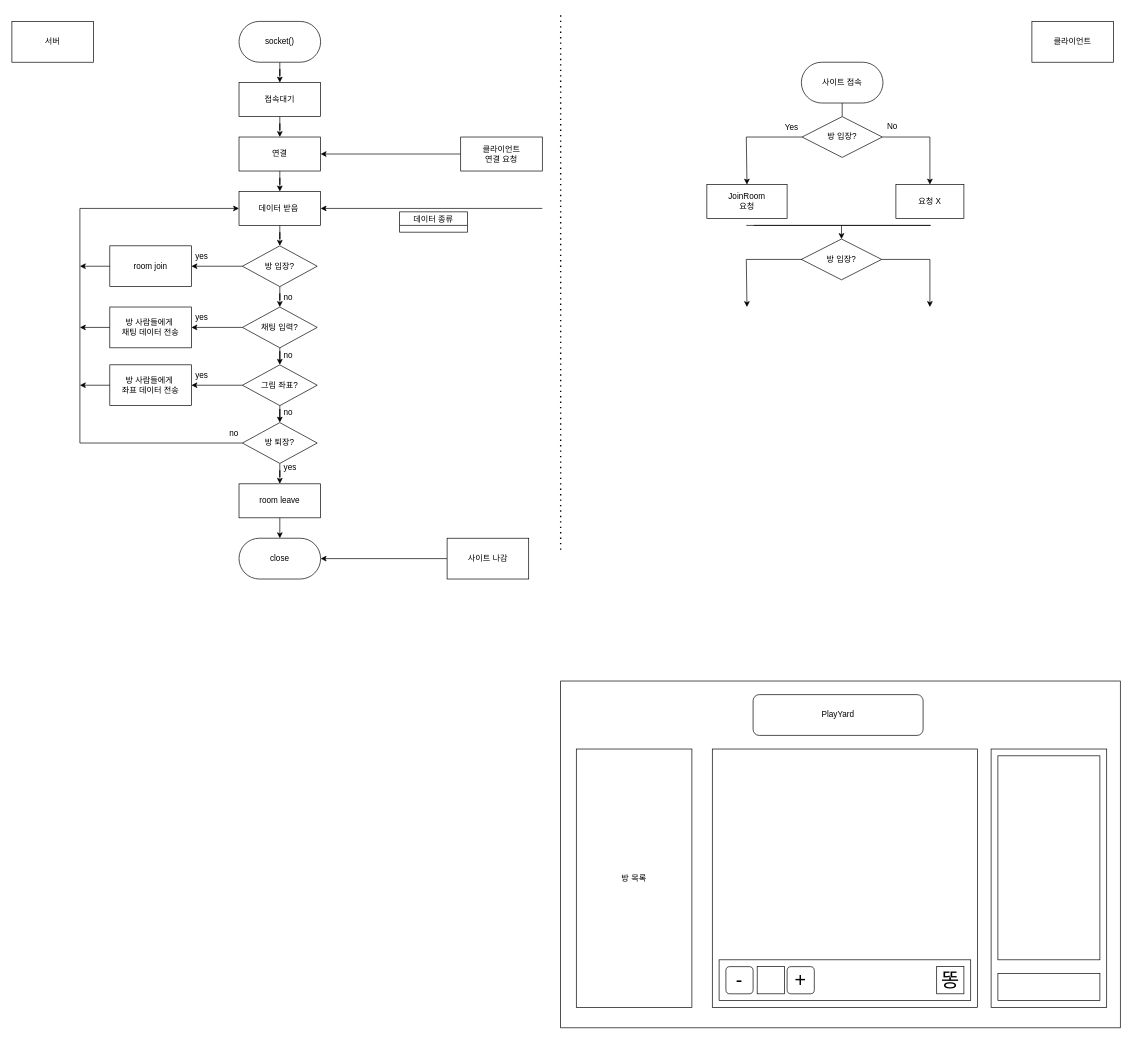
riulwoo/playyard keeps this draw.io diagram as Untitled Diagram.drawio. Above is the earlier version. Source tidied: cells renumbered, new cells numbered last; positions are measured from the earlier drawing's top-left corner, leaving out a move shared by most shapes. Both pictures are drawn from the tidied source at 68%, with x=0, y=0 at pixel (12, 12).
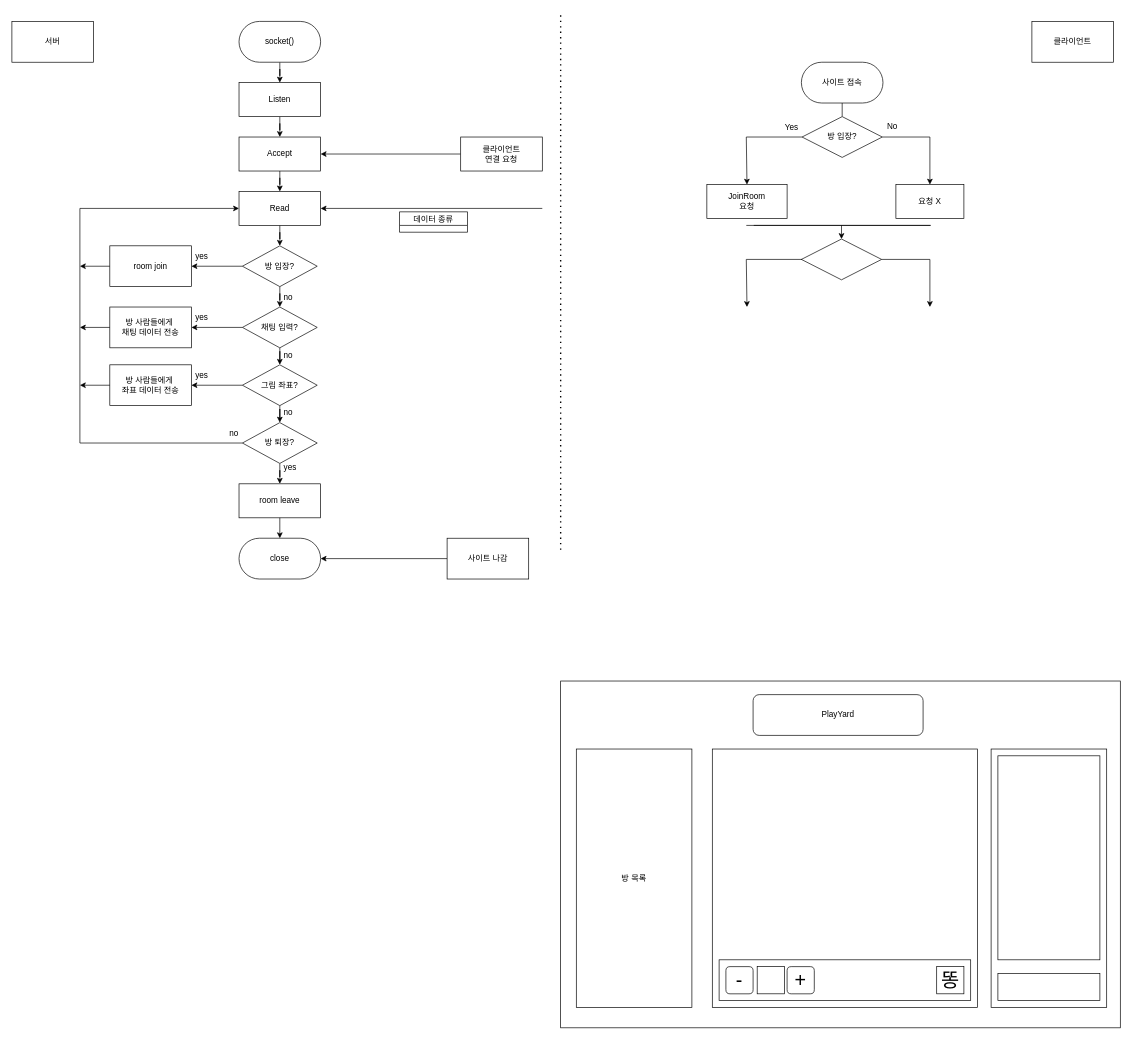
The same page after the edit.

The edit, as a diff of the source:
```diff
@@
-    <mxCell id="23" value="접속대기" style="rounded=1;whiteSpace=wrap;html=1;arcSize=0;" parent="1" vertex="1">
+    <mxCell id="23" value="Listen" style="rounded=1;whiteSpace=wrap;html=1;arcSize=0;" parent="1" vertex="1">
       <mxGeometry x="334" y="103" width="120" height="50" as="geometry" />
     </mxCell>
@@
-    <mxCell id="26" value="연결" style="whiteSpace=wrap;html=1;rounded=1;arcSize=0;" parent="1" vertex="1">
+    <mxCell id="26" value="Accept" style="whiteSpace=wrap;html=1;rounded=1;arcSize=0;" parent="1" vertex="1">
       <mxGeometry x="334" y="183" width="120" height="50" as="geometry" />
     </mxCell>
@@
-    <mxCell id="32" value="데이터 받음&amp;nbsp;" style="whiteSpace=wrap;html=1;rounded=1;arcSize=0;" parent="1" vertex="1">
+    <mxCell id="32" value="Read" style="whiteSpace=wrap;html=1;rounded=1;arcSize=0;" parent="1" vertex="1">
       <mxGeometry x="334" y="263" width="120" height="50" as="geometry" />
     </mxCell>
@@
-    <mxCell id="42" value="방 입장?" style="rhombus;whiteSpace=wrap;html=1;" parent="1" vertex="1">
+    <mxCell id="42" style="rhombus;whiteSpace=wrap;html=1;" parent="1" vertex="1">
       <mxGeometry x="1161" y="333" width="118" height="60" as="geometry" />
     </mxCell>
```
